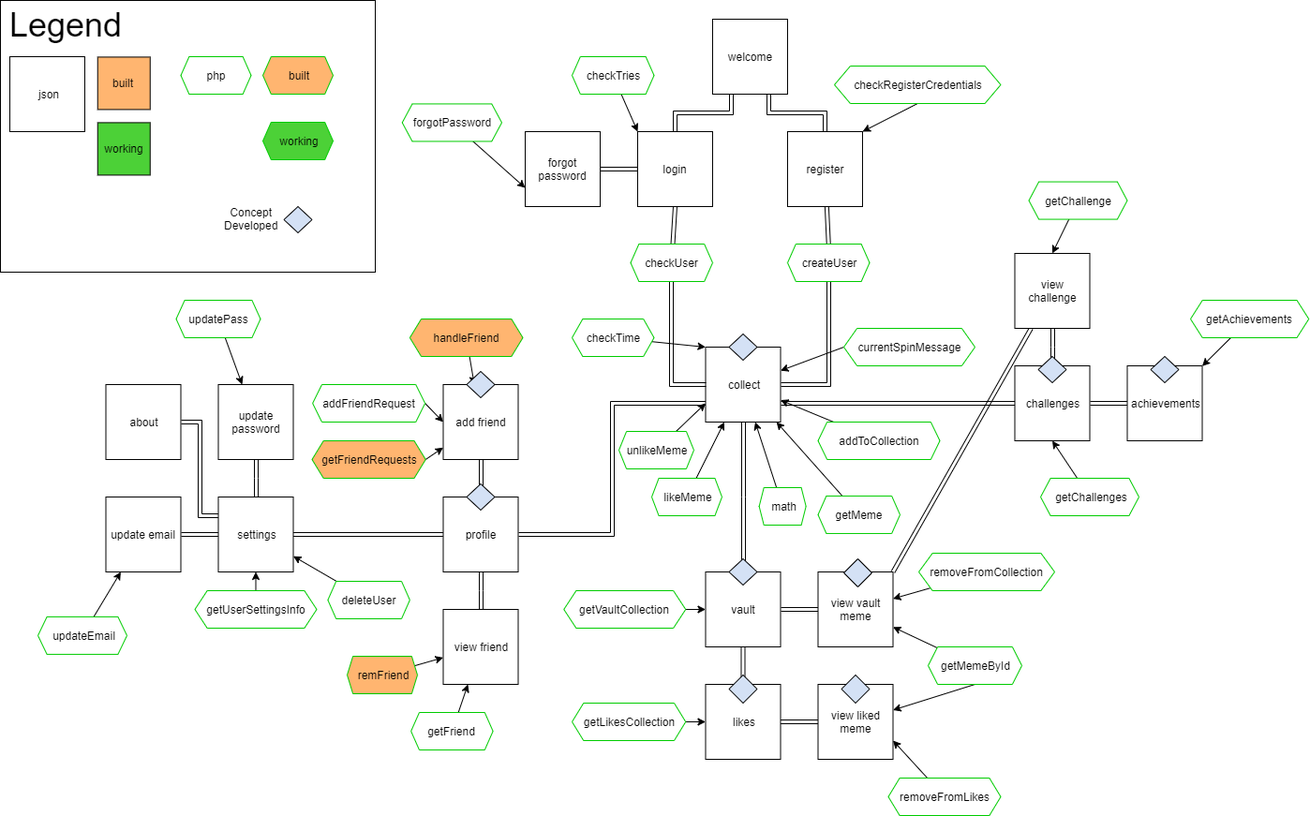
Before: CollectMemes.png, a diagram exported from draw.io (cappycap/CollectMemes). Source tidied: cells renumbered, new cells last; positions are measured from the earlier drawing's top-left corner, leaving out a move shared by most shapes.
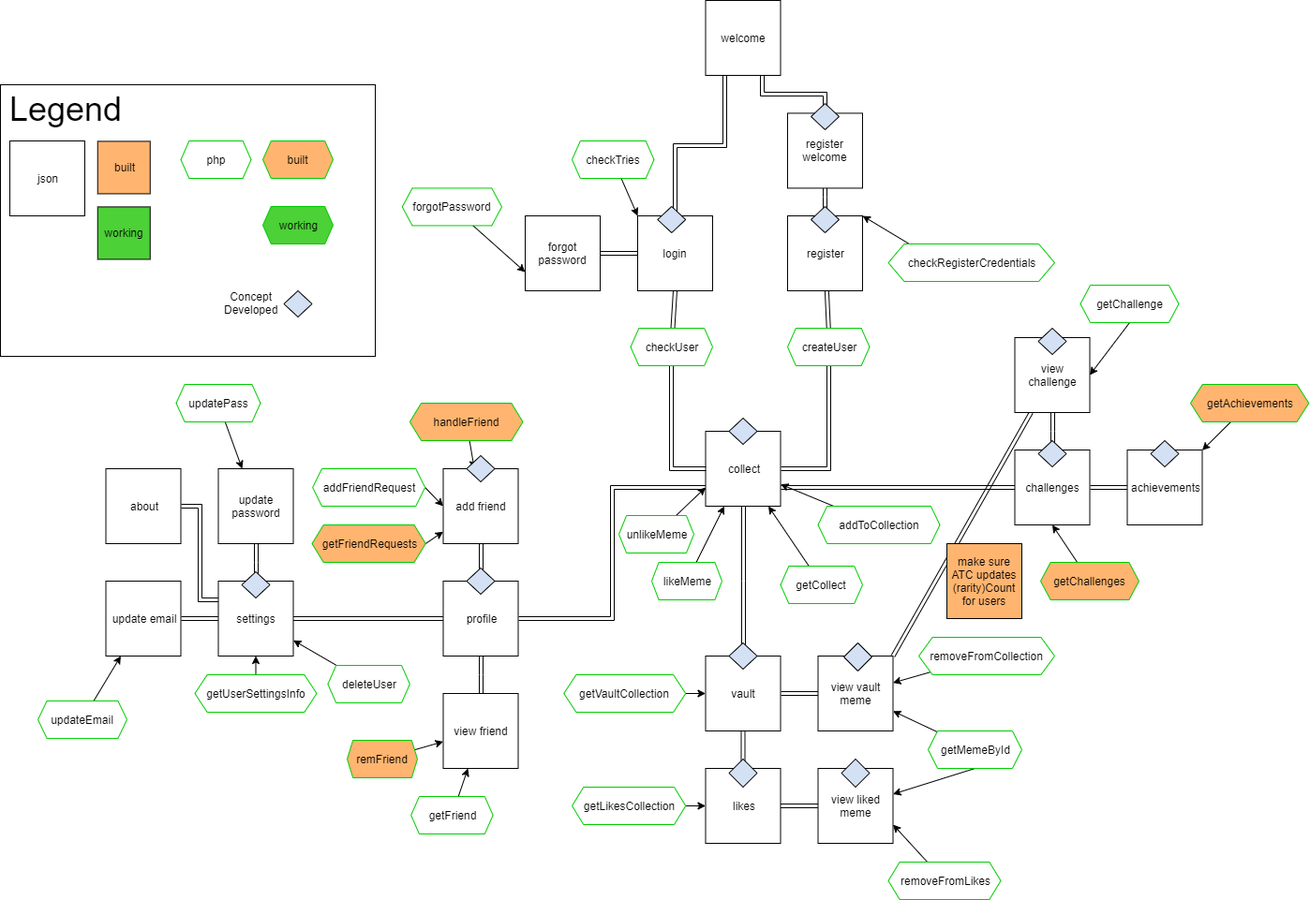
After the commit.

Diff of the diagram source:
```diff
@@ -20,11 +20,11 @@
     <mxCell id="7" style="edgeStyle=orthogonalEdgeStyle;shape=link;rounded=0;jettySize=auto;html=1;exitX=0.25;exitY=1;exitDx=0;exitDy=0;entryX=0.5;entryY=0;entryDx=0;entryDy=0;" parent="1" edge="1" source="9" target="13">
       <mxGeometry relative="1" as="geometry" />
     </mxCell>
-    <mxCell id="8" style="edgeStyle=orthogonalEdgeStyle;shape=link;rounded=0;jettySize=auto;html=1;exitX=0.75;exitY=1;exitDx=0;exitDy=0;entryX=0.5;entryY=0;entryDx=0;entryDy=0;" parent="1" edge="1" source="9" target="15">
-      <mxGeometry relative="1" as="geometry" />
-    </mxCell>
+    <mxCell id="119" style="edgeStyle=orthogonalEdgeStyle;shape=link;rounded=0;jettySize=auto;html=1;exitX=0.75;exitY=1;exitDx=0;exitDy=0;" parent="1" edge="1" source="9" target="123">
+      <mxGeometry relative="1" as="geometry" />
+    </mxCell>
     <mxCell id="9" value="welcome" style="whiteSpace=wrap;html=1;" parent="1" vertex="1">
-      <mxGeometry x="760" y="20" width="80" height="80" as="geometry" />
+      <mxGeometry x="752.5" y="-90" width="80" height="80" as="geometry" />
     </mxCell>
     <mxCell id="10" value="json" style="whiteSpace=wrap;html=1;" parent="1" vertex="1">
       <mxGeometry x="10" y="60" width="80" height="80" as="geometry" />
@@ -150,26 +150,14 @@
       <mxGeometry relative="1" as="geometry" />
     </mxCell>
     <mxCell id="51" value="checkRegisterCredentials" style="shape=hexagon;perimeter=hexagonPerimeter2;whiteSpace=wrap;html=1;strokeColor=#00CC00;size=0.09561326291079815;" parent="1" vertex="1">
-      <mxGeometry x="890" y="70" width="177.5" height="40" as="geometry" />
+      <mxGeometry x="947.5" y="170" width="177.5" height="40" as="geometry" />
     </mxCell>
-    <mxCell id="52" style="edgeStyle=none;rounded=0;jettySize=auto;html=1;entryX=0;entryY=0;entryDx=0;entryDy=0;" parent="1" edge="1" source="53" target="6">
-      <mxGeometry relative="1" as="geometry" />
-    </mxCell>
-    <mxCell id="53" value="checkTime" style="shape=hexagon;perimeter=hexagonPerimeter2;whiteSpace=wrap;html=1;strokeColor=#00CC00;size=0.129672619047619;" parent="1" vertex="1">
-      <mxGeometry x="610" y="340" width="87.5" height="40" as="geometry" />
-    </mxCell>
     <mxCell id="54" style="edgeStyle=none;rounded=0;jettySize=auto;html=1;entryX=0;entryY=0;entryDx=0;entryDy=0;" parent="1" edge="1" source="55" target="13">
       <mxGeometry relative="1" as="geometry" />
     </mxCell>
     <mxCell id="55" value="checkTries" style="shape=hexagon;perimeter=hexagonPerimeter2;whiteSpace=wrap;html=1;strokeColor=#00CC00;size=0.10110119047619046;" parent="1" vertex="1">
       <mxGeometry x="610" y="60" width="87.5" height="40" as="geometry" />
     </mxCell>
-    <mxCell id="56" style="edgeStyle=none;rounded=0;jettySize=auto;html=1;exitX=0;exitY=0.5;exitDx=0;exitDy=0;" parent="1" edge="1" source="57" target="6">
-      <mxGeometry relative="1" as="geometry" />
-    </mxCell>
-    <mxCell id="57" value="currentSpinMessage" style="shape=hexagon;perimeter=hexagonPerimeter2;whiteSpace=wrap;html=1;strokeColor=#00CC00;size=0.10110119047619046;" parent="1" vertex="1">
-      <mxGeometry x="900" y="350" width="140" height="40" as="geometry" />
-    </mxCell>
     <mxCell id="58" value="&lt;font style=&quot;font-size: 36px&quot;&gt;Legend&lt;/font&gt;" style="text;html=1;align=center;verticalAlign=middle;" parent="1" vertex="1">
       <mxGeometry y="10" width="140" height="30" as="geometry" />
     </mxCell>
@@ -188,13 +176,13 @@
     <mxCell id="63" style="edgeStyle=none;rounded=0;jettySize=auto;html=1;" parent="1" edge="1" source="64" target="17">
       <mxGeometry relative="1" as="geometry" />
     </mxCell>
-    <mxCell id="64" value="getAchievements" style="shape=hexagon;perimeter=hexagonPerimeter2;whiteSpace=wrap;html=1;strokeColor=#00CC00;size=0.10110119047619046;" parent="1" vertex="1">
+    <mxCell id="64" value="getAchievements" style="shape=hexagon;perimeter=hexagonPerimeter2;whiteSpace=wrap;html=1;strokeColor=#00CC00;size=0.10110119047619046;fillColor=#FFB570;" parent="1" vertex="1">
       <mxGeometry x="1270" y="320" width="126.2" height="40" as="geometry" />
     </mxCell>
     <mxCell id="65" style="edgeStyle=none;rounded=0;jettySize=auto;html=1;entryX=0.5;entryY=1;entryDx=0;entryDy=0;" parent="1" edge="1" source="66" target="20">
       <mxGeometry relative="1" as="geometry" />
     </mxCell>
-    <mxCell id="66" value="getChallenges" style="shape=hexagon;perimeter=hexagonPerimeter2;whiteSpace=wrap;html=1;strokeColor=#00CC00;size=0.10110119047619046;" parent="1" vertex="1">
+    <mxCell id="66" value="getChallenges" style="shape=hexagon;perimeter=hexagonPerimeter2;whiteSpace=wrap;html=1;strokeColor=#00CC00;size=0.10110119047619046;fillColor=#FFB570;" parent="1" vertex="1">
       <mxGeometry x="1110" y="510" width="105" height="40" as="geometry" />
     </mxCell>
     <mxCell id="67" style="edgeStyle=none;rounded=0;jettySize=auto;html=1;exitX=1;exitY=0.5;exitDx=0;exitDy=0;" parent="1" edge="1" source="68" target="41">
@@ -212,8 +200,8 @@
     <mxCell id="71" style="edgeStyle=none;rounded=0;jettySize=auto;html=1;" parent="1" edge="1" source="72" target="6">
       <mxGeometry relative="1" as="geometry" />
     </mxCell>
-    <mxCell id="72" value="getMeme" style="shape=hexagon;perimeter=hexagonPerimeter2;whiteSpace=wrap;html=1;strokeColor=#00CC00;size=0.10110119047619046;" parent="1" vertex="1">
-      <mxGeometry x="872.5" y="529" width="87.5" height="40" as="geometry" />
+    <mxCell id="72" value="getCollect" style="shape=hexagon;perimeter=hexagonPerimeter2;whiteSpace=wrap;html=1;strokeColor=#00CC00;size=0.10110119047619046;" parent="1" vertex="1">
+      <mxGeometry x="832.5" y="514" width="87.5" height="40" as="geometry" />
     </mxCell>
     <mxCell id="73" style="edgeStyle=none;rounded=0;jettySize=auto;html=1;" parent="1" edge="1" source="75" target="36">
       <mxGeometry relative="1" as="geometry" />
@@ -248,12 +236,6 @@
     <mxCell id="83" value="&lt;span style=&quot;white-space: normal&quot;&gt;likeMeme&lt;/span&gt;" style="shape=hexagon;perimeter=hexagonPerimeter2;whiteSpace=wrap;html=1;strokeColor=#00CC00;size=0.10110119047619046;" parent="1" vertex="1">
       <mxGeometry x="695" y="510" width="75" height="40" as="geometry" />
     </mxCell>
-    <mxCell id="84" style="edgeStyle=none;rounded=0;jettySize=auto;html=1;" parent="1" edge="1" source="85" target="6">
-      <mxGeometry relative="1" as="geometry" />
-    </mxCell>
-    <mxCell id="85" value="&lt;span style=&quot;white-space: normal&quot;&gt;math&lt;/span&gt;" style="shape=hexagon;perimeter=hexagonPerimeter2;whiteSpace=wrap;html=1;strokeColor=#00CC00;size=0.10110119047619046;" parent="1" vertex="1">
-      <mxGeometry x="809.7" y="520" width="50" height="40" as="geometry" />
-    </mxCell>
     <mxCell id="86" style="edgeStyle=none;rounded=0;jettySize=auto;html=1;" parent="1" edge="1" source="87" target="36">
       <mxGeometry relative="1" as="geometry" />
     </mxCell>
@@ -302,11 +284,11 @@
     <mxCell id="101" value="built" style="shape=hexagon;perimeter=hexagonPerimeter2;whiteSpace=wrap;html=1;strokeColor=#00CC00;size=0.11795138888888886;fillColor=#FFB570;" parent="1" vertex="1">
       <mxGeometry x="280" y="60" width="75" height="40" as="geometry" />
     </mxCell>
-    <mxCell id="102" style="edgeStyle=none;rounded=0;jettySize=auto;html=1;entryX=0.5;entryY=0;entryDx=0;entryDy=0;" parent="1" edge="1" source="103" target="34">
+    <mxCell id="102" style="edgeStyle=none;rounded=0;jettySize=auto;html=1;exitX=0.5;exitY=1;exitDx=0;exitDy=0;entryX=1;entryY=0.5;entryDx=0;entryDy=0;" parent="1" edge="1" source="103" target="34">
       <mxGeometry relative="1" as="geometry" />
     </mxCell>
     <mxCell id="103" value="getChallenge" style="shape=hexagon;perimeter=hexagonPerimeter2;whiteSpace=wrap;html=1;strokeColor=#00CC00;size=0.10110119047619046;" parent="1" vertex="1">
-      <mxGeometry x="1097.5" y="193.6" width="105" height="40" as="geometry" />
+      <mxGeometry x="1152.5" y="214" width="105" height="40" as="geometry" />
     </mxCell>
     <mxCell id="104" style="edgeStyle=none;rounded=0;jettySize=auto;html=1;" parent="1" edge="1" source="105" target="42">
       <mxGeometry relative="1" as="geometry" />
@@ -353,5 +335,29 @@
     <mxCell id="118" style="rhombus;whiteSpace=wrap;html=1;fillColor=#D4E1F5;" parent="1" vertex="1">
       <mxGeometry x="900" y="596" width="30" height="30" as="geometry" />
     </mxCell>
+    <mxCell id="120" style="rhombus;whiteSpace=wrap;html=1;fillColor=#D4E1F5;" parent="1" vertex="1">
+      <mxGeometry x="1107.5" y="260" width="30" height="28" as="geometry" />
+    </mxCell>
+    <mxCell id="121" style="rhombus;whiteSpace=wrap;html=1;fillColor=#D4E1F5;" parent="1" vertex="1">
+      <mxGeometry x="257.5" y="520" width="30" height="28" as="geometry" />
+    </mxCell>
+    <mxCell id="122" style="edgeStyle=orthogonalEdgeStyle;shape=link;rounded=0;jettySize=auto;html=1;" parent="1" edge="1" source="123" target="15">
+      <mxGeometry relative="1" as="geometry" />
+    </mxCell>
+    <mxCell id="123" value="register welcome" style="whiteSpace=wrap;html=1;" parent="1" vertex="1">
+      <mxGeometry x="840" y="30.4" width="80" height="80" as="geometry" />
+    </mxCell>
+    <mxCell id="124" style="rhombus;whiteSpace=wrap;html=1;fillColor=#D4E1F5;" parent="1" vertex="1">
+      <mxGeometry x="865" y="130" width="30" height="28" as="geometry" />
+    </mxCell>
+    <mxCell id="125" style="rhombus;whiteSpace=wrap;html=1;fillColor=#D4E1F5;" parent="1" vertex="1">
+      <mxGeometry x="865" y="20" width="30" height="28" as="geometry" />
+    </mxCell>
+    <mxCell id="126" style="rhombus;whiteSpace=wrap;html=1;fillColor=#D4E1F5;" parent="1" vertex="1">
+      <mxGeometry x="701.2" y="130" width="30" height="28" as="geometry" />
+    </mxCell>
+    <mxCell id="127" value="make sure ATC updates (rarity)Count for users" style="whiteSpace=wrap;html=1;fillColor=#FFB570;" parent="1" vertex="1">
+      <mxGeometry x="1010" y="490" width="80" height="80" as="geometry" />
+    </mxCell>
   </root>
 </mxGraphModel>
```
